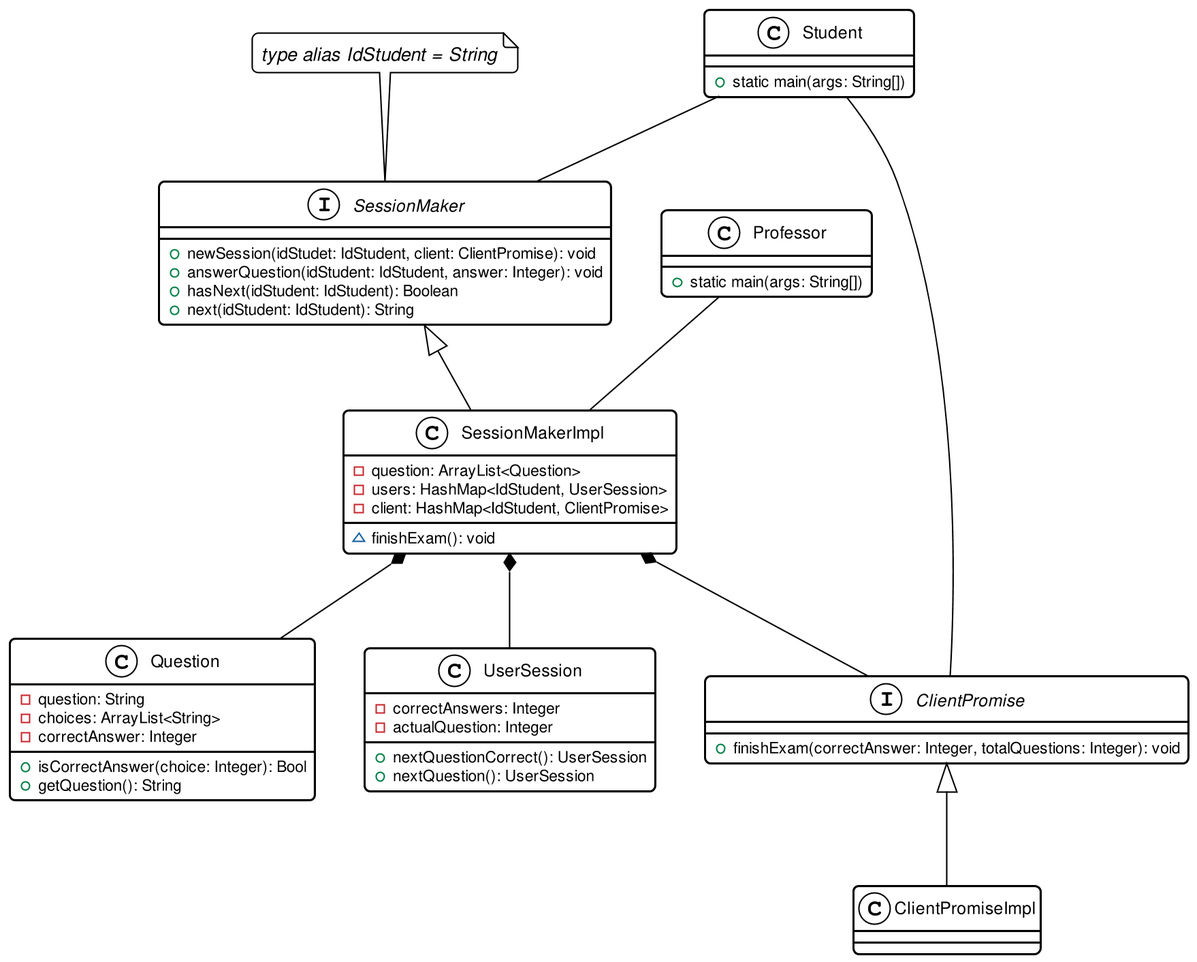
This is doc/img/uml-classes.png from sergisi/java-rmi, a PlantUML export, as it was before one commit.
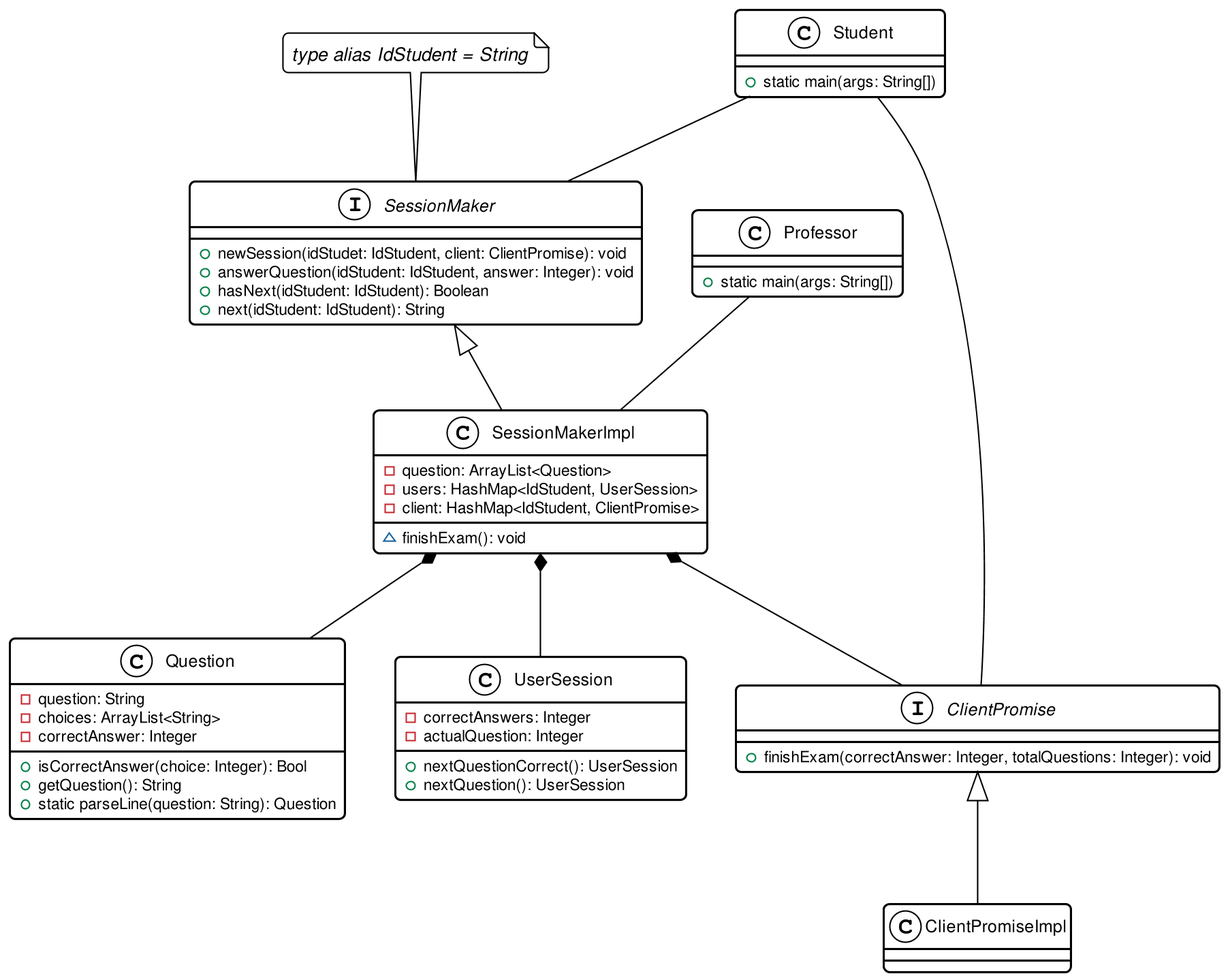
After the commit.

Change to the diagram source:
```diff
@@ -23,6 +23,7 @@
     - correctAnswer: Integer
     + isCorrectAnswer(choice: Integer): Bool
     + getQuestion(): String
+    + static parseLine(question: String): Question
 }
 
 class UserSession {
```
